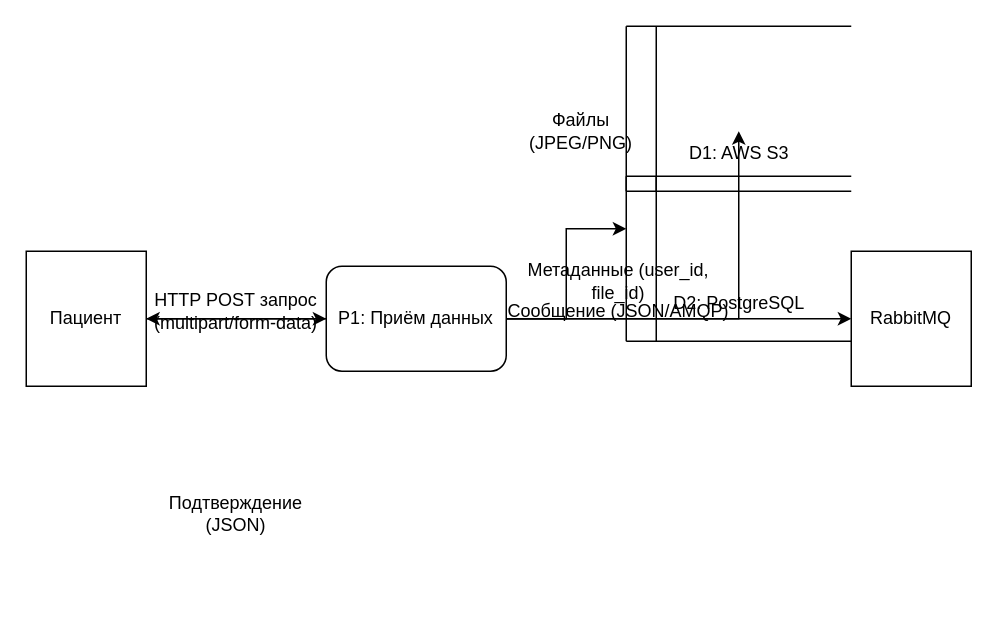
This is diagrams-codes/DFD_P1.drawio from Edisheri/system-engineering-playbook, a draw.io file, before an edit. Source tidied: cells renumbered, new cells numbered last; positions are measured from the earlier drawing's top-left corner, leaving out a move shared by most shapes. Both pictures are drawn from the tidied source at 150%, with x=0, y=0 at pixel (26, 26).
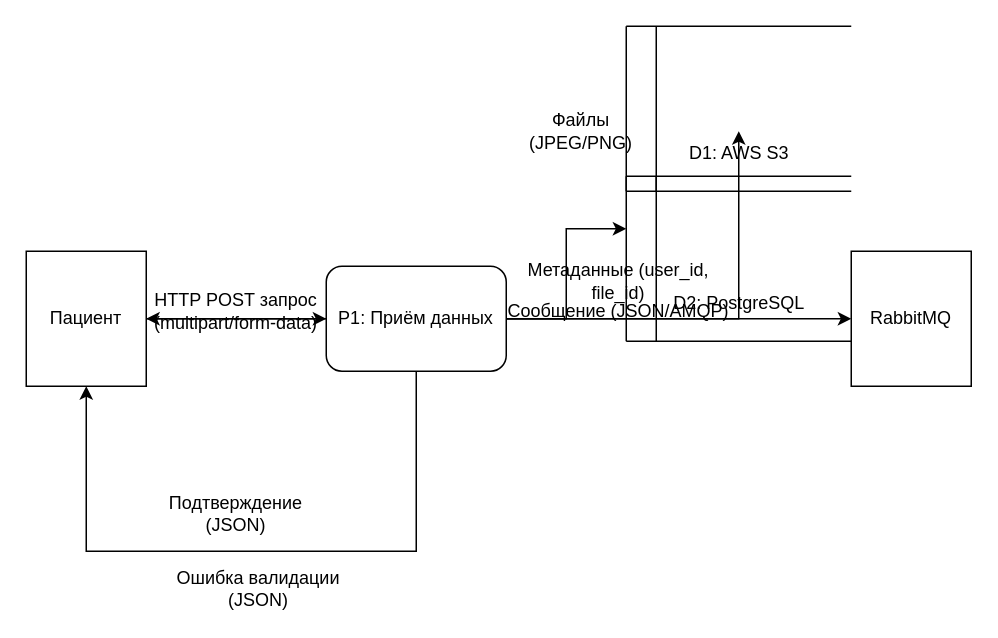
The same page after the edit.

The change refers to these unchanged cells:
```xml
<mxCell id="2" value="Пациент" style="whiteSpace=wrap;html=1;" parent="1" vertex="1">
  <mxGeometry y="150" width="80" height="90" as="geometry" />
</mxCell>
<mxCell id="3" value="P1: Приём данных" style="rounded=1;whiteSpace=wrap;html=1;" parent="1" vertex="1">
  <mxGeometry x="200" y="160" width="120" height="70" as="geometry" />
</mxCell>
```

Change to the diagram source:
```diff
@@
+    <mxCell id="27" style="edgeStyle=orthogonalEdgeStyle;rounded=0;jettySize=auto;html=1;" parent="1" edge="1" source="3" target="2">
+      <mxGeometry relative="1" as="geometry">
+        <Array as="points">
+          <mxPoint x="260" y="350" />
+          <mxPoint x="40" y="350" />
+        </Array>
+      </mxGeometry>
+    </mxCell>
+    <mxCell id="28" value="Ошибка валидации (JSON)" style="text;html=1;align=center;verticalAlign=middle;whiteSpace=wrap;rounded=0;" parent="1" vertex="1">
+      <mxGeometry x="80" y="360" width="150" height="30" as="geometry" />
+    </mxCell>
```
